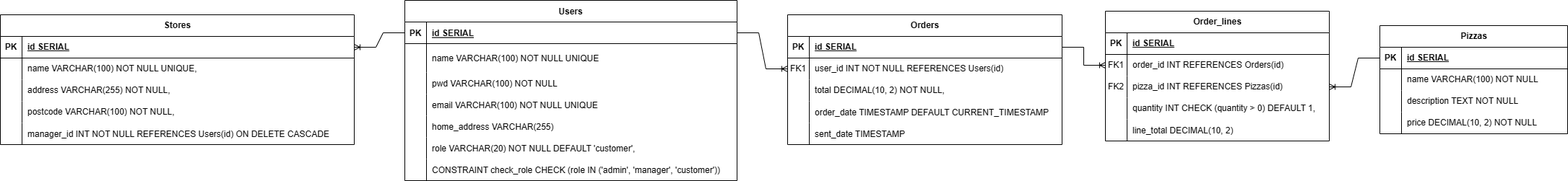
The draw.io diagram src/bd_info/modelo_ER.drawio.png in guoruipan/pitsa-jaus, before a commit. Source tidied: cells renumbered, new cells last; positions are measured from the earlier drawing's top-left corner, leaving out a move shared by most shapes.
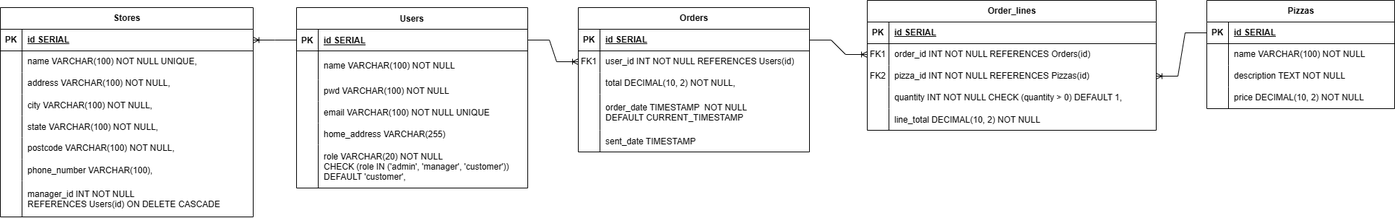
After the commit.

Diff of the diagram source:
```diff
@@ -5,3 +5,3 @@
     <mxCell id="2" value="Pizzas" style="shape=table;startSize=30;rowLines=0;fontStyle=1;align=center;html=1;" parent="1" vertex="1">
-      <mxGeometry x="1910" y="35" width="260" height="150" as="geometry" />
+      <mxGeometry x="1680" y="-30" width="260" height="150" as="geometry" />
     </mxCell>
@@ -44,6 +44,6 @@
     <mxCell id="15" value="Users" style="shape=table;startSize=30;rowLines=0;fontStyle=1;align=center;" parent="1" vertex="1">
-      <mxGeometry x="560" width="460" height="250" as="geometry" />
+      <mxGeometry x="420" y="-20" width="320" height="250" as="geometry" />
     </mxCell>
     <mxCell id="16" style="shape=partialRectangle;fillColor=none;points=[[0,0.5],[1,0.5]];portConstraint=eastwest;top=0;left=0;right=0;bottom=1;" parent="15" vertex="1">
-      <mxGeometry y="30" width="460" height="30" as="geometry" />
+      <mxGeometry y="30" width="320" height="30" as="geometry" />
     </mxCell>
@@ -53,6 +53,6 @@
     <mxCell id="18" value="id SERIAL " style="shape=partialRectangle;overflow=hidden;fillColor=none;top=0;left=0;bottom=0;right=0;align=left;spacingLeft=6;fontStyle=5;" parent="16" vertex="1">
-      <mxGeometry x="30" width="430" height="30" as="geometry" />
+      <mxGeometry x="30" width="290" height="30" as="geometry" />
     </mxCell>
     <mxCell id="19" style="shape=partialRectangle;fillColor=none;top=0;left=0;right=0;bottom=0;" parent="15" vertex="1">
-      <mxGeometry y="60" width="460" height="40" as="geometry" />
+      <mxGeometry y="60" width="320" height="40" as="geometry" />
     </mxCell>
@@ -61,7 +61,7 @@
     </mxCell>
-    <mxCell id="21" value="name VARCHAR(100) NOT NULL UNIQUE" style="shape=partialRectangle;overflow=hidden;fillColor=none;top=0;left=0;bottom=0;right=0;align=left;spacingLeft=6;" parent="19" vertex="1">
-      <mxGeometry x="30" width="430" height="40" as="geometry" />
+    <mxCell id="21" value="name VARCHAR(100) NOT NULL" style="shape=partialRectangle;overflow=hidden;fillColor=none;top=0;left=0;bottom=0;right=0;align=left;spacingLeft=6;" parent="19" vertex="1">
+      <mxGeometry x="30" width="290" height="40" as="geometry" />
     </mxCell>
     <mxCell id="22" style="shape=tableRow;horizontal=0;startSize=0;swimlaneHead=0;swimlaneBody=0;fillColor=none;top=0;left=0;right=0;bottom=0;" parent="15" vertex="1">
-      <mxGeometry y="100" width="460" height="30" as="geometry" />
+      <mxGeometry y="100" width="320" height="30" as="geometry" />
     </mxCell>
@@ -71,6 +71,6 @@
     <mxCell id="24" value="pwd VARCHAR(100) NOT NULL" style="shape=partialRectangle;fillColor=none;top=0;left=0;bottom=0;right=0;align=left;spacingLeft=6;overflow=hidden;" parent="22" vertex="1">
-      <mxGeometry x="30" width="430" height="30" as="geometry" />
+      <mxGeometry x="30" width="290" height="30" as="geometry" />
     </mxCell>
     <mxCell id="25" style="shape=tableRow;horizontal=0;startSize=0;swimlaneHead=0;swimlaneBody=0;fillColor=none;top=0;left=0;right=0;bottom=0;" parent="15" vertex="1">
-      <mxGeometry y="130" width="460" height="30" as="geometry" />
+      <mxGeometry y="130" width="320" height="30" as="geometry" />
     </mxCell>
@@ -80,6 +80,6 @@
     <mxCell id="27" value="email VARCHAR(100) NOT NULL UNIQUE" style="shape=partialRectangle;fillColor=none;top=0;left=0;bottom=0;right=0;align=left;spacingLeft=6;overflow=hidden;" parent="25" vertex="1">
-      <mxGeometry x="30" width="430" height="30" as="geometry" />
+      <mxGeometry x="30" width="290" height="30" as="geometry" />
     </mxCell>
     <mxCell id="28" style="shape=tableRow;horizontal=0;startSize=0;swimlaneHead=0;swimlaneBody=0;fillColor=none;top=0;left=0;right=0;bottom=0;" parent="15" vertex="1">
-      <mxGeometry y="160" width="460" height="30" as="geometry" />
+      <mxGeometry y="160" width="320" height="30" as="geometry" />
     </mxCell>
@@ -89,27 +89,18 @@
     <mxCell id="30" value="home_address VARCHAR(255)" style="shape=partialRectangle;fillColor=none;top=0;left=0;bottom=0;right=0;align=left;spacingLeft=6;overflow=hidden;" parent="28" vertex="1">
-      <mxGeometry x="30" width="430" height="30" as="geometry" />
+      <mxGeometry x="30" width="290" height="30" as="geometry" />
     </mxCell>
     <mxCell id="31" style="shape=tableRow;horizontal=0;startSize=0;swimlaneHead=0;swimlaneBody=0;fillColor=none;top=0;left=0;right=0;bottom=0;" parent="15" vertex="1">
-      <mxGeometry y="190" width="460" height="30" as="geometry" />
+      <mxGeometry y="190" width="320" height="60" as="geometry" />
     </mxCell>
     <mxCell id="32" style="shape=partialRectangle;fillColor=none;top=0;left=0;bottom=0;right=0;overflow=hidden;" parent="31" vertex="1">
-      <mxGeometry width="30" height="30" as="geometry" />
+      <mxGeometry width="30" height="60" as="geometry" />
     </mxCell>
-    <mxCell id="33" value="role VARCHAR(20) NOT NULL DEFAULT 'customer'," style="shape=partialRectangle;fillColor=none;top=0;left=0;bottom=0;right=0;align=left;spacingLeft=6;overflow=hidden;" parent="31" vertex="1">
-      <mxGeometry x="30" width="430" height="30" as="geometry" />
+    <mxCell id="33" value="role VARCHAR(20) NOT NULL &#10;CHECK (role IN ('admin', 'manager', 'customer')) &#10;DEFAULT 'customer'," style="shape=partialRectangle;fillColor=none;top=0;left=0;bottom=0;right=0;align=left;spacingLeft=6;overflow=hidden;" parent="31" vertex="1">
+      <mxGeometry x="30" width="290" height="60" as="geometry" />
     </mxCell>
-    <mxCell id="34" style="shape=tableRow;horizontal=0;startSize=0;swimlaneHead=0;swimlaneBody=0;fillColor=none;top=0;left=0;right=0;bottom=0;" parent="15" vertex="1">
-      <mxGeometry y="220" width="460" height="30" as="geometry" />
-    </mxCell>
-    <mxCell id="35" style="shape=partialRectangle;fillColor=none;top=0;left=0;bottom=0;right=0;overflow=hidden;" parent="34" vertex="1">
-      <mxGeometry width="30" height="30" as="geometry" />
-    </mxCell>
-    <mxCell id="36" value="CONSTRAINT check_role CHECK (role IN ('admin', 'manager', 'customer'))" style="shape=partialRectangle;fillColor=none;top=0;left=0;bottom=0;right=0;align=left;spacingLeft=6;overflow=hidden;" parent="34" vertex="1">
-      <mxGeometry x="30" width="430" height="30" as="geometry" />
-    </mxCell>
     <mxCell id="37" value="Orders" style="shape=table;startSize=30;rowLines=0;fontStyle=1;align=center;html=1;" parent="1" vertex="1">
-      <mxGeometry x="1090" y="20" width="380" height="180" as="geometry" />
+      <mxGeometry x="810" y="-20" width="320" height="200" as="geometry" />
     </mxCell>
     <mxCell id="38" style="shape=tableRow;horizontal=0;startSize=0;swimlaneHead=0;swimlaneBody=0;fillColor=none;points=[[0,0.5],[1,0.5]];portConstraint=eastwest;top=0;left=0;right=0;bottom=1;" parent="37" vertex="1">
-      <mxGeometry y="30" width="380" height="30" as="geometry" />
+      <mxGeometry y="30" width="320" height="30" as="geometry" />
     </mxCell>
@@ -119,6 +110,6 @@
     <mxCell id="40" value="id SERIAL" style="shape=partialRectangle;fillColor=none;top=0;left=0;bottom=0;right=0;align=left;spacingLeft=6;fontStyle=5;overflow=hidden;whiteSpace=wrap;html=1;" parent="38" vertex="1">
-      <mxGeometry x="30" width="350" height="30" as="geometry" />
+      <mxGeometry x="30" width="290" height="30" as="geometry" />
     </mxCell>
     <mxCell id="41" style="shape=tableRow;horizontal=0;startSize=0;swimlaneHead=0;swimlaneBody=0;fillColor=none;points=[[0,0.5],[1,0.5]];portConstraint=eastwest;top=0;left=0;right=0;bottom=0;" parent="37" vertex="1">
-      <mxGeometry y="60" width="380" height="30" as="geometry" />
+      <mxGeometry y="60" width="320" height="30" as="geometry" />
     </mxCell>
@@ -128,6 +119,6 @@
     <mxCell id="43" value="user_id INT NOT NULL REFERENCES Users(id)" style="shape=partialRectangle;fillColor=none;top=0;left=0;bottom=0;right=0;align=left;spacingLeft=6;overflow=hidden;whiteSpace=wrap;html=1;" parent="41" vertex="1">
-      <mxGeometry x="30" width="350" height="30" as="geometry" />
+      <mxGeometry x="30" width="290" height="30" as="geometry" />
     </mxCell>
     <mxCell id="44" style="shape=tableRow;horizontal=0;startSize=0;swimlaneHead=0;swimlaneBody=0;fillColor=none;top=0;left=0;right=0;bottom=0;" parent="37" vertex="1">
-      <mxGeometry y="90" width="380" height="30" as="geometry" />
+      <mxGeometry y="90" width="320" height="30" as="geometry" />
     </mxCell>
@@ -137,15 +128,15 @@
     <mxCell id="46" value="total DECIMAL(10, 2) NOT NULL," style="shape=partialRectangle;fillColor=none;top=0;left=0;bottom=0;right=0;align=left;spacingLeft=6;overflow=hidden;whiteSpace=wrap;html=1;" parent="44" vertex="1">
-      <mxGeometry x="30" width="350" height="30" as="geometry" />
+      <mxGeometry x="30" width="290" height="30" as="geometry" />
     </mxCell>
     <mxCell id="47" style="shape=tableRow;horizontal=0;startSize=0;swimlaneHead=0;swimlaneBody=0;fillColor=none;top=0;left=0;right=0;bottom=0;" parent="37" vertex="1">
-      <mxGeometry y="120" width="380" height="30" as="geometry" />
+      <mxGeometry y="120" width="320" height="50" as="geometry" />
     </mxCell>
     <mxCell id="48" style="shape=partialRectangle;fillColor=none;top=0;left=0;bottom=0;right=0;overflow=hidden;" parent="47" vertex="1">
-      <mxGeometry width="30" height="30" as="geometry" />
+      <mxGeometry width="30" height="50" as="geometry" />
     </mxCell>
-    <mxCell id="49" value="order_date TIMESTAMP DEFAULT CURRENT_TIMESTAMP" style="shape=partialRectangle;fillColor=none;top=0;left=0;bottom=0;right=0;align=left;spacingLeft=6;overflow=hidden;" parent="47" vertex="1">
-      <mxGeometry x="30" width="350" height="30" as="geometry" />
+    <mxCell id="49" value="order_date TIMESTAMP  NOT NULL &#10;DEFAULT CURRENT_TIMESTAMP" style="shape=partialRectangle;fillColor=none;top=0;left=0;bottom=0;right=0;align=left;spacingLeft=6;overflow=hidden;" parent="47" vertex="1">
+      <mxGeometry x="30" width="290" height="50" as="geometry" />
     </mxCell>
     <mxCell id="50" style="shape=tableRow;horizontal=0;startSize=0;swimlaneHead=0;swimlaneBody=0;fillColor=none;top=0;left=0;right=0;bottom=0;" parent="37" vertex="1">
-      <mxGeometry y="150" width="380" height="30" as="geometry" />
+      <mxGeometry y="170" width="320" height="30" as="geometry" />
     </mxCell>
@@ -155,3 +146,3 @@
     <mxCell id="52" value="sent_date TIMESTAMP" style="shape=partialRectangle;fillColor=none;top=0;left=0;bottom=0;right=0;align=left;spacingLeft=6;overflow=hidden;" parent="50" vertex="1">
-      <mxGeometry x="30" width="350" height="30" as="geometry" />
+      <mxGeometry x="30" width="290" height="30" as="geometry" />
     </mxCell>
@@ -161,6 +152,6 @@
     <mxCell id="54" value="Order_lines" style="shape=table;startSize=30;rowLines=0;fontStyle=1;align=center;html=1;" parent="1" vertex="1">
-      <mxGeometry x="1530" y="15" width="310" height="180" as="geometry" />
+      <mxGeometry x="1210" y="-30" width="400" height="180" as="geometry" />
     </mxCell>
     <mxCell id="55" style="shape=tableRow;horizontal=0;startSize=0;swimlaneHead=0;swimlaneBody=0;fillColor=none;top=0;left=0;right=0;bottom=1;" parent="54" vertex="1">
-      <mxGeometry y="30" width="310" height="30" as="geometry" />
+      <mxGeometry y="30" width="400" height="30" as="geometry" />
     </mxCell>
@@ -170,6 +161,6 @@
     <mxCell id="57" value="&lt;span style=&quot;text-wrap: nowrap;&quot;&gt;id SERIAL&lt;/span&gt;" style="shape=partialRectangle;fillColor=none;top=0;left=0;bottom=0;right=0;align=left;spacingLeft=6;fontStyle=5;overflow=hidden;whiteSpace=wrap;html=1;" parent="55" vertex="1">
-      <mxGeometry x="30" width="280" height="30" as="geometry" />
+      <mxGeometry x="30" width="370" height="30" as="geometry" />
     </mxCell>
     <mxCell id="58" style="shape=tableRow;horizontal=0;startSize=0;swimlaneHead=0;swimlaneBody=0;fillColor=none;points=[[0,0.5],[1,0.5]];portConstraint=eastwest;top=0;left=0;right=0;bottom=0;" parent="54" vertex="1">
-      <mxGeometry y="60" width="310" height="30" as="geometry" />
+      <mxGeometry y="60" width="400" height="30" as="geometry" />
     </mxCell>
@@ -178,7 +169,7 @@
     </mxCell>
-    <mxCell id="60" value="order_id INT REFERENCES Orders(id)" style="shape=partialRectangle;fillColor=none;top=0;left=0;bottom=0;right=0;align=left;spacingLeft=6;overflow=hidden;whiteSpace=wrap;html=1;" parent="58" vertex="1">
-      <mxGeometry x="30" width="280" height="30" as="geometry" />
+    <mxCell id="60" value="order_id INT&amp;nbsp;NOT NULL REFERENCES Orders(id)" style="shape=partialRectangle;fillColor=none;top=0;left=0;bottom=0;right=0;align=left;spacingLeft=6;overflow=hidden;whiteSpace=wrap;html=1;" parent="58" vertex="1">
+      <mxGeometry x="30" width="370" height="30" as="geometry" />
     </mxCell>
     <mxCell id="61" style="shape=tableRow;horizontal=0;startSize=0;swimlaneHead=0;swimlaneBody=0;fillColor=none;points=[[0,0.5],[1,0.5]];portConstraint=eastwest;top=0;left=0;right=0;bottom=0;" parent="54" vertex="1">
-      <mxGeometry y="90" width="310" height="30" as="geometry" />
+      <mxGeometry y="90" width="400" height="30" as="geometry" />
     </mxCell>
@@ -187,7 +178,7 @@
     </mxCell>
-    <mxCell id="63" value="pizza_id INT REFERENCES Pizzas(id)" style="shape=partialRectangle;fillColor=none;top=0;left=0;bottom=0;right=0;align=left;spacingLeft=6;overflow=hidden;whiteSpace=wrap;html=1;" parent="61" vertex="1">
-      <mxGeometry x="30" width="280" height="30" as="geometry" />
+    <mxCell id="63" value="pizza_id INT&amp;nbsp;NOT NULL REFERENCES Pizzas(id)" style="shape=partialRectangle;fillColor=none;top=0;left=0;bottom=0;right=0;align=left;spacingLeft=6;overflow=hidden;whiteSpace=wrap;html=1;" parent="61" vertex="1">
+      <mxGeometry x="30" width="370" height="30" as="geometry" />
     </mxCell>
     <mxCell id="64" style="shape=tableRow;horizontal=0;startSize=0;swimlaneHead=0;swimlaneBody=0;fillColor=none;top=0;left=0;right=0;bottom=0;" parent="54" vertex="1">
-      <mxGeometry y="120" width="310" height="30" as="geometry" />
+      <mxGeometry y="120" width="400" height="30" as="geometry" />
     </mxCell>
@@ -196,7 +187,7 @@
     </mxCell>
-    <mxCell id="66" value="quantity INT CHECK (quantity &amp;gt; 0) DEFAULT 1," style="shape=partialRectangle;fillColor=none;top=0;left=0;bottom=0;right=0;align=left;spacingLeft=6;overflow=hidden;whiteSpace=wrap;html=1;" parent="64" vertex="1">
-      <mxGeometry x="30" width="280" height="30" as="geometry" />
+    <mxCell id="66" value="quantity INT&amp;nbsp;NOT NULL CHECK (quantity &amp;gt; 0) DEFAULT 1," style="shape=partialRectangle;fillColor=none;top=0;left=0;bottom=0;right=0;align=left;spacingLeft=6;overflow=hidden;whiteSpace=wrap;html=1;" parent="64" vertex="1">
+      <mxGeometry x="30" width="370" height="30" as="geometry" />
     </mxCell>
     <mxCell id="67" style="shape=tableRow;horizontal=0;startSize=0;swimlaneHead=0;swimlaneBody=0;fillColor=none;top=0;left=0;right=0;bottom=0;" parent="54" vertex="1">
-      <mxGeometry y="150" width="310" height="30" as="geometry" />
+      <mxGeometry y="150" width="400" height="30" as="geometry" />
     </mxCell>
@@ -205,4 +196,4 @@
     </mxCell>
-    <mxCell id="69" value="line_total DECIMAL(10, 2)" style="shape=partialRectangle;fillColor=none;top=0;left=0;bottom=0;right=0;align=left;spacingLeft=6;overflow=hidden;" parent="67" vertex="1">
-      <mxGeometry x="30" width="280" height="30" as="geometry" />
+    <mxCell id="69" value="line_total DECIMAL(10, 2) NOT NULL" style="shape=partialRectangle;fillColor=none;top=0;left=0;bottom=0;right=0;align=left;spacingLeft=6;overflow=hidden;" parent="67" vertex="1">
+      <mxGeometry x="30" width="370" height="30" as="geometry" />
     </mxCell>
@@ -215,6 +206,6 @@
     <mxCell id="72" value="Stores" style="shape=table;startSize=30;rowLines=0;fontStyle=1;align=center;html=1;" parent="1" vertex="1">
-      <mxGeometry y="20" width="490" height="180" as="geometry" />
+      <mxGeometry x="10" y="-20" width="350" height="290" as="geometry" />
     </mxCell>
     <mxCell id="73" style="shape=tableRow;horizontal=0;startSize=0;swimlaneHead=0;swimlaneBody=0;fillColor=none;points=[[0,0.5],[1,0.5]];portConstraint=eastwest;top=0;left=0;right=0;bottom=1;" parent="72" vertex="1">
-      <mxGeometry y="30" width="490" height="30" as="geometry" />
+      <mxGeometry y="30" width="350" height="30" as="geometry" />
     </mxCell>
@@ -224,6 +215,6 @@
     <mxCell id="75" value="id SERIAL" style="shape=partialRectangle;fillColor=none;top=0;left=0;bottom=0;right=0;align=left;spacingLeft=6;fontStyle=5;overflow=hidden;whiteSpace=wrap;html=1;" parent="73" vertex="1">
-      <mxGeometry x="30" width="460" height="30" as="geometry" />
+      <mxGeometry x="30" width="320" height="30" as="geometry" />
     </mxCell>
     <mxCell id="76" style="shape=tableRow;horizontal=0;startSize=0;swimlaneHead=0;swimlaneBody=0;fillColor=none;top=0;left=0;right=0;bottom=0;" parent="72" vertex="1">
-      <mxGeometry y="60" width="490" height="30" as="geometry" />
+      <mxGeometry y="60" width="350" height="30" as="geometry" />
     </mxCell>
@@ -233,6 +224,6 @@
     <mxCell id="78" value="name VARCHAR(100) NOT NULL UNIQUE," style="shape=partialRectangle;fillColor=none;top=0;left=0;bottom=0;right=0;align=left;spacingLeft=6;overflow=hidden;whiteSpace=wrap;html=1;" parent="76" vertex="1">
-      <mxGeometry x="30" width="460" height="30" as="geometry" />
+      <mxGeometry x="30" width="320" height="30" as="geometry" />
     </mxCell>
     <mxCell id="79" style="shape=tableRow;horizontal=0;startSize=0;swimlaneHead=0;swimlaneBody=0;fillColor=none;top=0;left=0;right=0;bottom=0;" parent="72" vertex="1">
-      <mxGeometry y="90" width="490" height="30" as="geometry" />
+      <mxGeometry y="90" width="350" height="30" as="geometry" />
     </mxCell>
@@ -241,7 +232,25 @@
     </mxCell>
-    <mxCell id="81" value="address VARCHAR(255) NOT NULL," style="shape=partialRectangle;fillColor=none;top=0;left=0;bottom=0;right=0;align=left;spacingLeft=6;overflow=hidden;whiteSpace=wrap;html=1;" parent="79" vertex="1">
-      <mxGeometry x="30" width="460" height="30" as="geometry" />
+    <mxCell id="81" value="address VARCHAR(100) NOT NULL," style="shape=partialRectangle;fillColor=none;top=0;left=0;bottom=0;right=0;align=left;spacingLeft=6;overflow=hidden;whiteSpace=wrap;html=1;" parent="79" vertex="1">
+      <mxGeometry x="30" width="320" height="30" as="geometry" />
     </mxCell>
+    <mxCell id="89" style="shape=tableRow;horizontal=0;startSize=0;swimlaneHead=0;swimlaneBody=0;fillColor=none;top=0;left=0;right=0;bottom=0;" parent="72" vertex="1">
+      <mxGeometry y="120" width="350" height="30" as="geometry" />
+    </mxCell>
+    <mxCell id="90" style="shape=partialRectangle;fillColor=none;top=0;left=0;bottom=0;right=0;overflow=hidden;" parent="89" vertex="1">
+      <mxGeometry width="30" height="30" as="geometry" />
+    </mxCell>
+    <mxCell id="91" value="city VARCHAR(100) NOT NULL," style="shape=partialRectangle;fillColor=none;top=0;left=0;bottom=0;right=0;align=left;spacingLeft=6;overflow=hidden;" parent="89" vertex="1">
+      <mxGeometry x="30" width="320" height="30" as="geometry" />
+    </mxCell>
+    <mxCell id="92" style="shape=tableRow;horizontal=0;startSize=0;swimlaneHead=0;swimlaneBody=0;fillColor=none;top=0;left=0;right=0;bottom=0;" parent="72" vertex="1">
+      <mxGeometry y="150" width="350" height="30" as="geometry" />
+    </mxCell>
+    <mxCell id="93" style="shape=partialRectangle;fillColor=none;top=0;left=0;bottom=0;right=0;overflow=hidden;" parent="92" vertex="1">
+      <mxGeometry width="30" height="30" as="geometry" />
+    </mxCell>
+    <mxCell id="94" value="state VARCHAR(100) NOT NULL," style="shape=partialRectangle;fillColor=none;top=0;left=0;bottom=0;right=0;align=left;spacingLeft=6;overflow=hidden;" parent="92" vertex="1">
+      <mxGeometry x="30" width="320" height="30" as="geometry" />
+    </mxCell>
     <mxCell id="82" style="shape=tableRow;horizontal=0;startSize=0;swimlaneHead=0;swimlaneBody=0;fillColor=none;top=0;left=0;right=0;bottom=0;" parent="72" vertex="1">
-      <mxGeometry y="120" width="490" height="30" as="geometry" />
+      <mxGeometry y="180" width="350" height="30" as="geometry" />
     </mxCell>
@@ -251,12 +260,21 @@
     <mxCell id="84" value="postcode VARCHAR(100) NOT NULL," style="shape=partialRectangle;fillColor=none;top=0;left=0;bottom=0;right=0;align=left;spacingLeft=6;overflow=hidden;whiteSpace=wrap;html=1;" parent="82" vertex="1">
-      <mxGeometry x="30" width="460" height="30" as="geometry" />
+      <mxGeometry x="30" width="320" height="30" as="geometry" />
     </mxCell>
+    <mxCell id="95" style="shape=tableRow;horizontal=0;startSize=0;swimlaneHead=0;swimlaneBody=0;fillColor=none;top=0;left=0;right=0;bottom=0;" parent="72" vertex="1">
+      <mxGeometry y="210" width="350" height="30" as="geometry" />
+    </mxCell>
+    <mxCell id="96" style="shape=partialRectangle;fillColor=none;top=0;left=0;bottom=0;right=0;overflow=hidden;" parent="95" vertex="1">
+      <mxGeometry width="30" height="30" as="geometry" />
+    </mxCell>
+    <mxCell id="97" value="phone_number VARCHAR(100)," style="shape=partialRectangle;fillColor=none;top=0;left=0;bottom=0;right=0;align=left;spacingLeft=6;overflow=hidden;" parent="95" vertex="1">
+      <mxGeometry x="30" width="320" height="30" as="geometry" />
+    </mxCell>
     <mxCell id="85" style="shape=tableRow;horizontal=0;startSize=0;swimlaneHead=0;swimlaneBody=0;fillColor=none;top=0;left=0;right=0;bottom=0;" parent="72" vertex="1">
-      <mxGeometry y="150" width="490" height="30" as="geometry" />
+      <mxGeometry y="240" width="350" height="50" as="geometry" />
     </mxCell>
     <mxCell id="86" style="shape=partialRectangle;fillColor=none;top=0;left=0;bottom=0;right=0;overflow=hidden;" parent="85" vertex="1">
-      <mxGeometry width="30" height="30" as="geometry" />
+      <mxGeometry width="30" height="50" as="geometry" />
     </mxCell>
-    <mxCell id="87" value="manager_id INT NOT NULL REFERENCES Users(id) ON DELETE CASCADE" style="shape=partialRectangle;fillColor=none;top=0;left=0;bottom=0;right=0;align=left;spacingLeft=6;overflow=hidden;" parent="85" vertex="1">
-      <mxGeometry x="30" width="460" height="30" as="geometry" />
+    <mxCell id="87" value="manager_id INT NOT NULL &#10;REFERENCES Users(id) ON DELETE CASCADE" style="shape=partialRectangle;fillColor=none;top=0;left=0;bottom=0;right=0;align=left;spacingLeft=6;overflow=hidden;" parent="85" vertex="1">
+      <mxGeometry x="30" width="320" height="50" as="geometry" />
     </mxCell>
```
